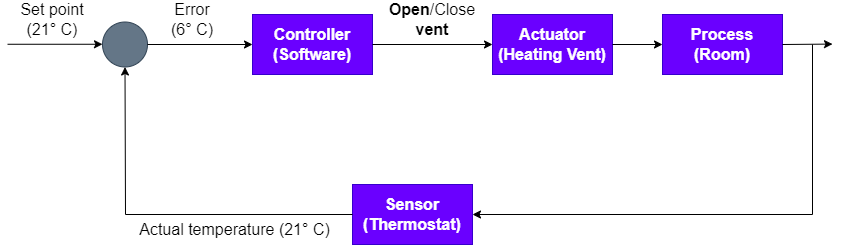
Before: Architectural styles/Process Control Systems/Process Control Diagram.drawio.png, a diagram exported from draw.io (smitbmx/Architecture-Diagrams). Source tidied: cells renumbered, new cells last; positions are measured from the earlier drawing's top-left corner, leaving out a move shared by most shapes.
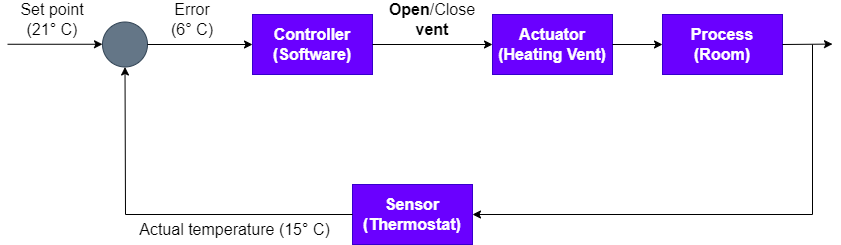
Later version of the same file.

What changed in the source:
```diff
@@ -62,7 +62,7 @@
     <mxCell id="16" value="&lt;b&gt;Open&lt;/b&gt;/Close&lt;br&gt;&lt;b&gt;vent&lt;/b&gt;" style="text;html=1;strokeColor=none;fillColor=none;align=center;verticalAlign=middle;whiteSpace=wrap;rounded=0;fontSize=16;" parent="1" vertex="1">
       <mxGeometry x="385" width="80" height="30" as="geometry" />
     </mxCell>
-    <mxCell id="17" value="Actual temperature&amp;nbsp;(21° C)" style="text;html=1;strokeColor=none;fillColor=none;align=center;verticalAlign=middle;whiteSpace=wrap;rounded=0;fontSize=16;" parent="1" vertex="1">
+    <mxCell id="17" value="Actual temperature&amp;nbsp;(15° C)" style="text;html=1;strokeColor=none;fillColor=none;align=center;verticalAlign=middle;whiteSpace=wrap;rounded=0;fontSize=16;" parent="1" vertex="1">
       <mxGeometry x="115" y="210" width="225" height="30" as="geometry" />
     </mxCell>
   </root>
```
